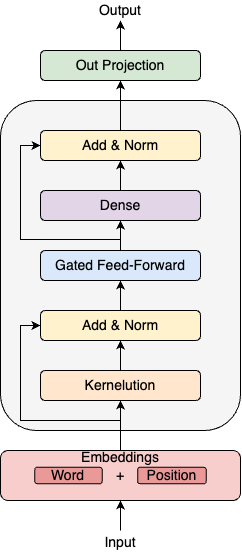
The draw.io diagram figures/converter_arc.png in hazdzz/converter, before a commit. Source tidied: cells renumbered, new cells last; positions are measured from the earlier drawing's top-left corner, leaving out a move shared by most shapes. Source of this version:
```xml
<mxGraphModel math="1">
  <root>
    <mxCell id="0" />
    <mxCell id="1" parent="0" />
    <mxCell id="2" style="group;" parent="1" vertex="1">
      <mxGeometry width="240" height="554.5" as="geometry" />
    </mxCell>
    <mxCell id="3" style="rounded=1;whiteSpace=wrap;html=1;fillColor=#f5f5f5;fontColor=#333333;strokeColor=#000000;" parent="2" vertex="1">
      <mxGeometry y="100" width="240" height="330" as="geometry" />
    </mxCell>
    <mxCell id="4" value="&lt;span style=&quot;font-size: 14px;&quot;&gt;Kernelution&lt;/span&gt;" style="rounded=1;whiteSpace=wrap;html=1;fillColor=#ffe6cc;strokeColor=#000000;" parent="2" vertex="1">
      <mxGeometry x="40" y="370" width="160" height="30" as="geometry" />
    </mxCell>
    <mxCell id="5" value="&lt;span style=&quot;font-size: 14px;&quot;&gt;Add &amp;amp; Norm&lt;/span&gt;" style="rounded=1;whiteSpace=wrap;html=1;fillColor=#fff2cc;strokeColor=#000000;" parent="2" vertex="1">
      <mxGeometry x="40" y="310" width="160" height="30" as="geometry" />
    </mxCell>
    <mxCell id="6" value="&lt;font style=&quot;font-size: 14px;&quot;&gt;Gated Feed-Forward&lt;/font&gt;" style="rounded=1;whiteSpace=wrap;html=1;fillColor=#dae8fc;strokeColor=#000000;" parent="2" vertex="1">
      <mxGeometry x="40" y="250" width="160" height="30" as="geometry" />
    </mxCell>
    <mxCell id="7" value="&lt;span style=&quot;font-size: 14px;&quot;&gt;Add &amp;amp; Norm&lt;/span&gt;" style="rounded=1;whiteSpace=wrap;html=1;fillColor=#fff2cc;strokeColor=#000000;" parent="2" vertex="1">
      <mxGeometry x="40" y="130" width="160" height="30" as="geometry" />
    </mxCell>
    <mxCell id="8" value="&lt;font style=&quot;font-size: 14px;&quot;&gt;Dense&lt;/font&gt;" style="rounded=1;whiteSpace=wrap;html=1;fillColor=#e1d5e7;strokeColor=#000000;" parent="2" vertex="1">
      <mxGeometry x="40" y="190" width="160" height="30" as="geometry" />
    </mxCell>
    <mxCell id="9" value="&lt;font style=&quot;font-size: 14px;&quot;&gt;Out Projection&lt;/font&gt;" style="rounded=1;whiteSpace=wrap;html=1;fillColor=#d5e8d4;strokeColor=#000000;" parent="2" vertex="1">
      <mxGeometry x="40" y="50" width="160" height="30" as="geometry" />
    </mxCell>
    <mxCell id="10" value="&lt;font style=&quot;font-size: 14px;&quot;&gt;Input&lt;/font&gt;" style="text;html=1;align=center;verticalAlign=middle;whiteSpace=wrap;rounded=0;" parent="2" vertex="1">
      <mxGeometry x="90" y="530" width="60" height="24.6" as="geometry" />
    </mxCell>
    <mxCell id="11" value="&lt;font style=&quot;font-size: 14px;&quot;&gt;Output&lt;/font&gt;" style="text;html=1;align=center;verticalAlign=middle;whiteSpace=wrap;rounded=0;" parent="2" vertex="1">
      <mxGeometry x="90" width="60" height="20" as="geometry" />
    </mxCell>
    <mxCell id="12" style="group;" parent="2" vertex="1">
      <mxGeometry y="450" width="240" height="50" as="geometry" />
    </mxCell>
    <mxCell id="13" value="&lt;font style=&quot;font-size: 14px;&quot;&gt;+&lt;/font&gt;" style="rounded=1;whiteSpace=wrap;html=1;fillColor=#f8cecc;strokeColor=default;" parent="12" vertex="1">
      <mxGeometry width="240" height="50" as="geometry" />
    </mxCell>
    <mxCell id="14" value="&lt;font style=&quot;font-size: 14px;&quot;&gt;Embeddings&lt;/font&gt;" style="text;html=1;align=center;verticalAlign=middle;whiteSpace=wrap;rounded=0;" parent="12" vertex="1">
      <mxGeometry x="98" y="1.2" width="44.1" height="12.5" as="geometry" />
    </mxCell>
    <mxCell id="15" value="&lt;font style=&quot;font-size: 14px;&quot;&gt;Position&lt;/font&gt;" style="rounded=1;whiteSpace=wrap;html=1;fillColor=#ea9999;" parent="12" vertex="1">
      <mxGeometry x="137.1" y="16.7" width="68.6" height="16.7" as="geometry" />
    </mxCell>
    <mxCell id="16" value="&lt;font style=&quot;font-size: 14px;&quot;&gt;Word&lt;/font&gt;" style="rounded=1;whiteSpace=wrap;html=1;fillColor=#ea9999;" parent="12" vertex="1">
      <mxGeometry x="34.3" y="16.7" width="67.3" height="16.7" as="geometry" />
    </mxCell>
    <mxCell id="17" style="endArrow=classic;html=1;rounded=0;exitX=0.5;exitY=0;exitDx=0;exitDy=0;entryX=0.5;entryY=1;entryDx=0;entryDy=0;" parent="2" edge="1" source="13" target="4">
      <mxGeometry relative="1" as="geometry" />
    </mxCell>
    <mxCell id="18" style="endArrow=classic;html=1;rounded=0;exitX=0.5;exitY=0;exitDx=0;exitDy=0;" parent="2" edge="1" source="4" target="5">
      <mxGeometry relative="1" as="geometry" />
    </mxCell>
    <mxCell id="19" style="endArrow=classic;html=1;rounded=0;exitX=0.5;exitY=0;exitDx=0;exitDy=0;entryX=0.5;entryY=1;entryDx=0;entryDy=0;" parent="2" edge="1" source="5" target="6">
      <mxGeometry relative="1" as="geometry" />
    </mxCell>
    <mxCell id="20" style="endArrow=classic;html=1;rounded=0;exitX=0.5;exitY=0;exitDx=0;exitDy=0;entryX=0.5;entryY=1;entryDx=0;entryDy=0;" parent="2" edge="1" source="6" target="8">
      <mxGeometry relative="1" as="geometry" />
    </mxCell>
    <mxCell id="21" style="endArrow=classic;html=1;rounded=0;exitX=0.5;exitY=0;exitDx=0;exitDy=0;entryX=0.5;entryY=1;entryDx=0;entryDy=0;" parent="2" edge="1" source="8" target="7">
      <mxGeometry relative="1" as="geometry" />
    </mxCell>
    <mxCell id="22" style="endArrow=classic;html=1;rounded=0;exitX=0.5;exitY=0;exitDx=0;exitDy=0;entryX=0.5;entryY=1;entryDx=0;entryDy=0;" parent="2" edge="1" source="7" target="9">
      <mxGeometry relative="1" as="geometry" />
    </mxCell>
    <mxCell id="23" style="endArrow=classic;html=1;rounded=0;exitX=0.5;exitY=0;exitDx=0;exitDy=0;entryX=0.5;entryY=1;entryDx=0;entryDy=0;" parent="2" edge="1" source="10" target="13">
      <mxGeometry relative="1" as="geometry" />
    </mxCell>
    <mxCell id="24" style="endArrow=classic;html=1;rounded=0;exitX=0.5;exitY=0;exitDx=0;exitDy=0;entryX=0.5;entryY=1;entryDx=0;entryDy=0;" parent="2" edge="1" source="9" target="11">
      <mxGeometry relative="1" as="geometry" />
    </mxCell>
    <mxCell id="25" style="endArrow=classic;html=1;rounded=0;entryX=0;entryY=0.5;entryDx=0;entryDy=0;" parent="1" edge="1" target="5">
      <mxGeometry relative="1" as="geometry">
        <mxPoint x="120" y="420" as="sourcePoint" />
        <Array as="points">
          <mxPoint x="20" y="420" />
          <mxPoint x="20" y="325" />
        </Array>
      </mxGeometry>
    </mxCell>
    <mxCell id="26" style="endArrow=classic;html=1;rounded=0;entryX=0;entryY=0.5;entryDx=0;entryDy=0;" parent="1" edge="1" target="7">
      <mxGeometry relative="1" as="geometry">
        <mxPoint x="120" y="239" as="sourcePoint" />
        <Array as="points">
          <mxPoint x="20" y="239" />
          <mxPoint x="20" y="145" />
        </Array>
      </mxGeometry>
    </mxCell>
  </root>
</mxGraphModel>
```
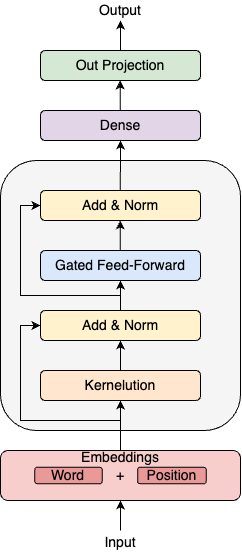
After the commit.

What changed in the source:
```diff
@@ -2,37 +2,43 @@
   <root>
     <mxCell id="0" />
     <mxCell id="1" parent="0" />
-    <mxCell id="2" style="group;" parent="1" vertex="1">
-      <mxGeometry width="240" height="554.5" as="geometry" />
-    </mxCell>
-    <mxCell id="3" style="rounded=1;whiteSpace=wrap;html=1;fillColor=#f5f5f5;fontColor=#333333;strokeColor=#000000;" parent="2" vertex="1">
-      <mxGeometry y="100" width="240" height="330" as="geometry" />
+    <mxCell id="3" style="rounded=1;whiteSpace=wrap;html=1;fillColor=#f5f5f5;fontColor=#333333;strokeColor=#000000;" parent="1" vertex="1">
+      <mxGeometry y="160" width="240" height="270" as="geometry" />
     </mxCell>
+    <mxCell id="25" style="endArrow=classic;html=1;rounded=0;entryX=0;entryY=0.5;entryDx=0;entryDy=0;" parent="1" edge="1" target="5">
+      <mxGeometry relative="1" as="geometry">
+        <mxPoint x="120" y="420" as="sourcePoint" />
+        <Array as="points">
+          <mxPoint x="20" y="420" />
+          <mxPoint x="20" y="325" />
+        </Array>
+      </mxGeometry>
+    </mxCell>
-    <mxCell id="4" value="&lt;span style=&quot;font-size: 14px;&quot;&gt;Kernelution&lt;/span&gt;" style="rounded=1;whiteSpace=wrap;html=1;fillColor=#ffe6cc;strokeColor=#000000;" parent="2" vertex="1">
+    <mxCell id="4" value="&lt;span style=&quot;font-size: 14px;&quot;&gt;Kernelution&lt;/span&gt;" style="rounded=1;whiteSpace=wrap;html=1;fillColor=#ffe6cc;strokeColor=#000000;" parent="1" vertex="1">
       <mxGeometry x="40" y="370" width="160" height="30" as="geometry" />
     </mxCell>
-    <mxCell id="5" value="&lt;span style=&quot;font-size: 14px;&quot;&gt;Add &amp;amp; Norm&lt;/span&gt;" style="rounded=1;whiteSpace=wrap;html=1;fillColor=#fff2cc;strokeColor=#000000;" parent="2" vertex="1">
+    <mxCell id="5" value="&lt;span style=&quot;font-size: 14px;&quot;&gt;Add &amp;amp; Norm&lt;/span&gt;" style="rounded=1;whiteSpace=wrap;html=1;fillColor=#fff2cc;strokeColor=#000000;" parent="1" vertex="1">
       <mxGeometry x="40" y="310" width="160" height="30" as="geometry" />
     </mxCell>
-    <mxCell id="6" value="&lt;font style=&quot;font-size: 14px;&quot;&gt;Gated Feed-Forward&lt;/font&gt;" style="rounded=1;whiteSpace=wrap;html=1;fillColor=#dae8fc;strokeColor=#000000;" parent="2" vertex="1">
+    <mxCell id="6" value="&lt;font style=&quot;font-size: 14px;&quot;&gt;Gated Feed-Forward&lt;/font&gt;" style="rounded=1;whiteSpace=wrap;html=1;fillColor=#dae8fc;strokeColor=#000000;" parent="1" vertex="1">
       <mxGeometry x="40" y="250" width="160" height="30" as="geometry" />
     </mxCell>
-    <mxCell id="7" value="&lt;span style=&quot;font-size: 14px;&quot;&gt;Add &amp;amp; Norm&lt;/span&gt;" style="rounded=1;whiteSpace=wrap;html=1;fillColor=#fff2cc;strokeColor=#000000;" parent="2" vertex="1">
-      <mxGeometry x="40" y="130" width="160" height="30" as="geometry" />
+    <mxCell id="7" value="&lt;span style=&quot;font-size: 14px;&quot;&gt;Add &amp;amp; Norm&lt;/span&gt;" style="rounded=1;whiteSpace=wrap;html=1;fillColor=#fff2cc;strokeColor=#000000;" parent="1" vertex="1">
+      <mxGeometry x="40" y="190" width="160" height="30" as="geometry" />
     </mxCell>
-    <mxCell id="8" value="&lt;font style=&quot;font-size: 14px;&quot;&gt;Dense&lt;/font&gt;" style="rounded=1;whiteSpace=wrap;html=1;fillColor=#e1d5e7;strokeColor=#000000;" parent="2" vertex="1">
-      <mxGeometry x="40" y="190" width="160" height="30" as="geometry" />
+    <mxCell id="8" value="&lt;font style=&quot;font-size: 14px;&quot;&gt;Dense&lt;/font&gt;" style="rounded=1;whiteSpace=wrap;html=1;fillColor=#e1d5e7;strokeColor=#000000;" parent="1" vertex="1">
+      <mxGeometry x="40" y="110" width="160" height="30" as="geometry" />
     </mxCell>
-    <mxCell id="9" value="&lt;font style=&quot;font-size: 14px;&quot;&gt;Out Projection&lt;/font&gt;" style="rounded=1;whiteSpace=wrap;html=1;fillColor=#d5e8d4;strokeColor=#000000;" parent="2" vertex="1">
+    <mxCell id="9" value="&lt;font style=&quot;font-size: 14px;&quot;&gt;Out Projection&lt;/font&gt;" style="rounded=1;whiteSpace=wrap;html=1;fillColor=#d5e8d4;strokeColor=#000000;" parent="1" vertex="1">
       <mxGeometry x="40" y="50" width="160" height="30" as="geometry" />
     </mxCell>
-    <mxCell id="10" value="&lt;font style=&quot;font-size: 14px;&quot;&gt;Input&lt;/font&gt;" style="text;html=1;align=center;verticalAlign=middle;whiteSpace=wrap;rounded=0;" parent="2" vertex="1">
+    <mxCell id="10" value="&lt;font style=&quot;font-size: 14px;&quot;&gt;Input&lt;/font&gt;" style="text;html=1;align=center;verticalAlign=middle;whiteSpace=wrap;rounded=0;" parent="1" vertex="1">
       <mxGeometry x="90" y="530" width="60" height="24.6" as="geometry" />
     </mxCell>
-    <mxCell id="11" value="&lt;font style=&quot;font-size: 14px;&quot;&gt;Output&lt;/font&gt;" style="text;html=1;align=center;verticalAlign=middle;whiteSpace=wrap;rounded=0;" parent="2" vertex="1">
+    <mxCell id="11" value="&lt;font style=&quot;font-size: 14px;&quot;&gt;Output&lt;/font&gt;" style="text;html=1;align=center;verticalAlign=middle;whiteSpace=wrap;rounded=0;" parent="1" vertex="1">
       <mxGeometry x="90" width="60" height="20" as="geometry" />
     </mxCell>
-    <mxCell id="12" style="group;" parent="2" vertex="1">
+    <mxCell id="12" style="group;" parent="1" vertex="1">
       <mxGeometry y="450" width="240" height="50" as="geometry" />
     </mxCell>
     <mxCell id="13" value="&lt;font style=&quot;font-size: 14px;&quot;&gt;+&lt;/font&gt;" style="rounded=1;whiteSpace=wrap;html=1;fillColor=#f8cecc;strokeColor=default;" parent="12" vertex="1">
@@ -47,47 +53,46 @@
     <mxCell id="16" value="&lt;font style=&quot;font-size: 14px;&quot;&gt;Word&lt;/font&gt;" style="rounded=1;whiteSpace=wrap;html=1;fillColor=#ea9999;" parent="12" vertex="1">
       <mxGeometry x="34.3" y="16.7" width="67.3" height="16.7" as="geometry" />
     </mxCell>
-    <mxCell id="17" style="endArrow=classic;html=1;rounded=0;exitX=0.5;exitY=0;exitDx=0;exitDy=0;entryX=0.5;entryY=1;entryDx=0;entryDy=0;" parent="2" edge="1" source="13" target="4">
+    <mxCell id="17" style="endArrow=classic;html=1;rounded=0;exitX=0.5;exitY=0;exitDx=0;exitDy=0;entryX=0.5;entryY=1;entryDx=0;entryDy=0;" parent="1" edge="1" source="13" target="4">
       <mxGeometry relative="1" as="geometry" />
     </mxCell>
-    <mxCell id="18" style="endArrow=classic;html=1;rounded=0;exitX=0.5;exitY=0;exitDx=0;exitDy=0;" parent="2" edge="1" source="4" target="5">
+    <mxCell id="18" style="endArrow=classic;html=1;rounded=0;exitX=0.5;exitY=0;exitDx=0;exitDy=0;" parent="1" edge="1" source="4" target="5">
       <mxGeometry relative="1" as="geometry" />
     </mxCell>
-    <mxCell id="19" style="endArrow=classic;html=1;rounded=0;exitX=0.5;exitY=0;exitDx=0;exitDy=0;entryX=0.5;entryY=1;entryDx=0;entryDy=0;" parent="2" edge="1" source="5" target="6">
+    <mxCell id="19" style="endArrow=classic;html=1;rounded=0;exitX=0.5;exitY=0;exitDx=0;exitDy=0;entryX=0.5;entryY=1;entryDx=0;entryDy=0;" parent="1" edge="1" source="5" target="6">
       <mxGeometry relative="1" as="geometry" />
     </mxCell>
-    <mxCell id="20" style="endArrow=classic;html=1;rounded=0;exitX=0.5;exitY=0;exitDx=0;exitDy=0;entryX=0.5;entryY=1;entryDx=0;entryDy=0;" parent="2" edge="1" source="6" target="8">
-      <mxGeometry relative="1" as="geometry" />
-    </mxCell>
-    <mxCell id="21" style="endArrow=classic;html=1;rounded=0;exitX=0.5;exitY=0;exitDx=0;exitDy=0;entryX=0.5;entryY=1;entryDx=0;entryDy=0;" parent="2" edge="1" source="8" target="7">
-      <mxGeometry relative="1" as="geometry" />
-    </mxCell>
-    <mxCell id="22" style="endArrow=classic;html=1;rounded=0;exitX=0.5;exitY=0;exitDx=0;exitDy=0;entryX=0.5;entryY=1;entryDx=0;entryDy=0;" parent="2" edge="1" source="7" target="9">
-      <mxGeometry relative="1" as="geometry" />
-    </mxCell>
-    <mxCell id="23" style="endArrow=classic;html=1;rounded=0;exitX=0.5;exitY=0;exitDx=0;exitDy=0;entryX=0.5;entryY=1;entryDx=0;entryDy=0;" parent="2" edge="1" source="10" target="13">
+    <mxCell id="23" style="endArrow=classic;html=1;rounded=0;exitX=0.5;exitY=0;exitDx=0;exitDy=0;entryX=0.5;entryY=1;entryDx=0;entryDy=0;" parent="1" edge="1" source="10" target="13">
       <mxGeometry relative="1" as="geometry" />
     </mxCell>
-    <mxCell id="24" style="endArrow=classic;html=1;rounded=0;exitX=0.5;exitY=0;exitDx=0;exitDy=0;entryX=0.5;entryY=1;entryDx=0;entryDy=0;" parent="2" edge="1" source="9" target="11">
+    <mxCell id="24" style="endArrow=classic;html=1;rounded=0;exitX=0.5;exitY=0;exitDx=0;exitDy=0;entryX=0.5;entryY=1;entryDx=0;entryDy=0;" parent="1" edge="1" source="9" target="11">
       <mxGeometry relative="1" as="geometry" />
     </mxCell>
-    <mxCell id="25" style="endArrow=classic;html=1;rounded=0;entryX=0;entryY=0.5;entryDx=0;entryDy=0;" parent="1" edge="1" target="5">
-      <mxGeometry relative="1" as="geometry">
-        <mxPoint x="120" y="420" as="sourcePoint" />
-        <Array as="points">
-          <mxPoint x="20" y="420" />
-          <mxPoint x="20" y="325" />
-        </Array>
-      </mxGeometry>
-    </mxCell>
-    <mxCell id="26" style="endArrow=classic;html=1;rounded=0;entryX=0;entryY=0.5;entryDx=0;entryDy=0;" parent="1" edge="1" target="7">
-      <mxGeometry relative="1" as="geometry">
-        <mxPoint x="120" y="239" as="sourcePoint" />
-        <Array as="points">
-          <mxPoint x="20" y="239" />
-          <mxPoint x="20" y="145" />
-        </Array>
-      </mxGeometry>
-    </mxCell>
+    <mxCell id="27" style="endArrow=classic;html=1;rounded=0;exitX=0.5;exitY=0;exitDx=0;exitDy=0;entryX=0.5;entryY=1;entryDx=0;entryDy=0;" parent="1" edge="1">
+      <mxGeometry relative="1" as="geometry">
+        <mxPoint x="119.8" y="250" as="sourcePoint" />
+        <mxPoint x="119.8" y="220" as="targetPoint" />
+      </mxGeometry>
+    </mxCell>
+    <mxCell id="28" style="endArrow=classic;html=1;rounded=0;exitX=0.5;exitY=0;exitDx=0;exitDy=0;entryX=0.5;entryY=1;entryDx=0;entryDy=0;" parent="1" edge="1" target="8">
+      <mxGeometry relative="1" as="geometry">
+        <mxPoint x="119.8" y="190" as="sourcePoint" />
+      </mxGeometry>
+    </mxCell>
+    <mxCell id="29" style="endArrow=classic;html=1;rounded=0;exitX=0.5;exitY=0;exitDx=0;exitDy=0;entryX=0.5;entryY=1;entryDx=0;entryDy=0;" parent="1" edge="1">
+      <mxGeometry relative="1" as="geometry">
+        <mxPoint x="119.6" y="110" as="sourcePoint" />
+        <mxPoint x="119.6" y="80" as="targetPoint" />
+      </mxGeometry>
+    </mxCell>
+    <mxCell id="30" style="endArrow=classic;html=1;rounded=0;entryX=0;entryY=0.5;entryDx=0;entryDy=0;" parent="1" edge="1" target="7">
+      <mxGeometry relative="1" as="geometry">
+        <mxPoint x="120" y="295" as="sourcePoint" />
+        <Array as="points">
+          <mxPoint x="20" y="295" />
+          <mxPoint x="20" y="205" />
+        </Array>
+      </mxGeometry>
+    </mxCell>
   </root>
 </mxGraphModel>
```
